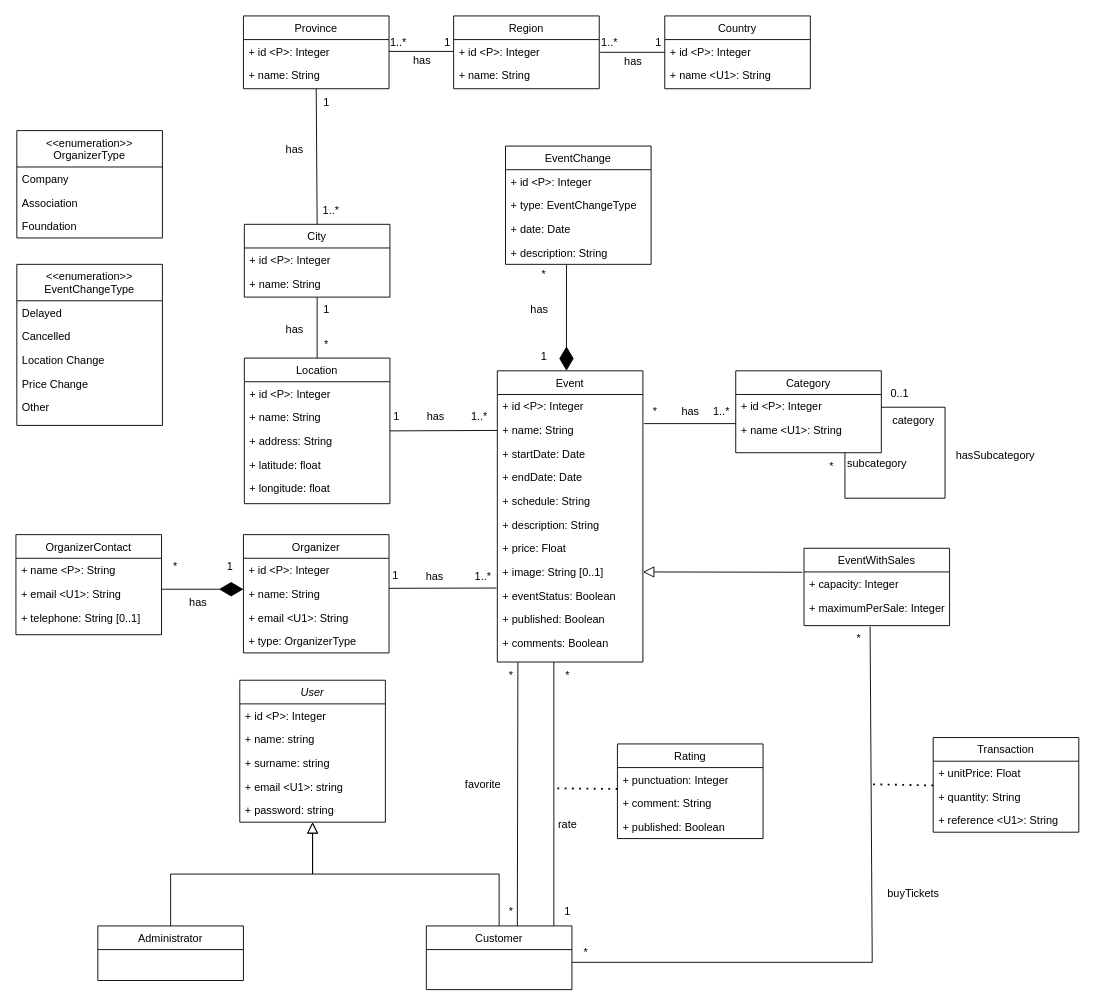
Above: diagrams/conceptual-diagram.drawio in danielpilot/event-database (draw.io), before the change. Source tidied: cells renumbered, new cells numbered last; positions are measured from the earlier drawing's top-left corner, leaving out a move shared by most shapes. Both pictures are drawn from the tidied source at 91%, with x=0, y=0 at pixel (15, 15).
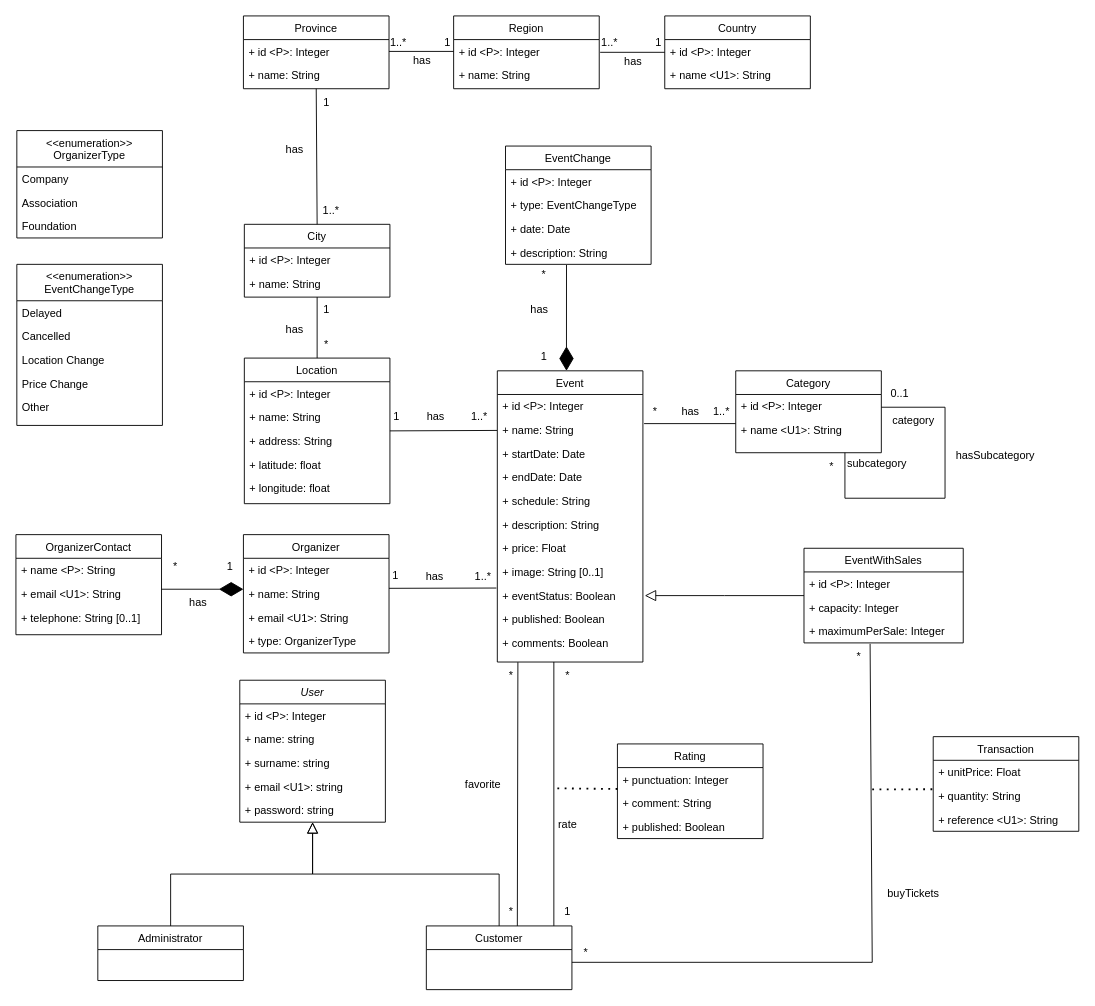
The same page after the edit.

Unchanged cells that the change refers to:
```xml
<mxCell id="20" value="+ image: String [0..1]" style="text;align=left;verticalAlign=top;spacingLeft=4;spacingRight=4;overflow=hidden;points=[[0,0.5],[1,0.5]];portConstraint=eastwest;rounded=0;shadow=0;html=0;" parent="12" vertex="1">
  <mxGeometry y="208" width="160" height="26" as="geometry" />
</mxCell>
<mxCell id="138" value="+ quantity: String" style="text;align=left;verticalAlign=top;spacingLeft=4;spacingRight=4;overflow=hidden;points=[[0,0.5],[1,0.5]];portConstraint=eastwest;rounded=0;shadow=0;html=0;" parent="136" vertex="1">
  <mxGeometry y="52" width="160" height="26" as="geometry" />
</mxCell>
```

The edit, as a diff of the source:
```diff
@@
     <mxCell id="127" value="EventWithSales&#10;" style="swimlane;fontStyle=0;align=center;verticalAlign=top;horizontal=1;startSize=26;rounded=0;shadow=0;strokeWidth=1;" parent="1" vertex="1">
-      <mxGeometry x="866" y="585" width="160" height="85" as="geometry" />
+      <mxGeometry x="866" y="585" width="175" height="104" as="geometry" />
     </mxCell>
+    <mxCell id="141" value="+ id &lt;P&gt;: Integer" style="text;align=left;verticalAlign=top;spacingLeft=4;spacingRight=4;overflow=hidden;rounded=0;shadow=0;html=0;" parent="127" vertex="1">
+      <mxGeometry y="26" width="175" height="26" as="geometry" />
+    </mxCell>
     <mxCell id="128" value="+ capacity: Integer" style="text;align=left;verticalAlign=top;spacingLeft=4;spacingRight=4;overflow=hidden;points=[[0,0.5],[1,0.5]];portConstraint=eastwest;rounded=0;shadow=0;html=0;" parent="127" vertex="1">
-      <mxGeometry y="26" width="160" height="26" as="geometry" />
+      <mxGeometry y="52" width="175" height="26" as="geometry" />
     </mxCell>
     <mxCell id="129" value="+ maximumPerSale: Integer" style="text;align=left;verticalAlign=top;spacingLeft=4;spacingRight=4;overflow=hidden;rounded=0;shadow=0;html=0;" parent="127" vertex="1">
-      <mxGeometry y="52" width="160" height="26" as="geometry" />
+      <mxGeometry y="78" width="175" height="26" as="geometry" />
     </mxCell>
-    <mxCell id="130" style="endArrow=block;endSize=10;endFill=0;shadow=0;strokeWidth=1;rounded=0;curved=0;edgeStyle=elbowEdgeStyle;elbow=vertical;exitX=-0.011;exitY=0.013;exitDx=0;exitDy=0;exitPerimeter=0;" parent="1" edge="1" source="128" target="20">
-      <mxGeometry relative="1" as="geometry" />
+    <mxCell id="130" style="endArrow=block;endSize=10;endFill=0;shadow=0;strokeWidth=1;rounded=0;curved=0;edgeStyle=elbowEdgeStyle;elbow=vertical;exitX=0;exitY=0.5;exitDx=0;exitDy=0;" parent="1" edge="1" source="127">
+      <mxGeometry relative="1" as="geometry">
+        <mxPoint x="691" y="637" as="targetPoint" />
+      </mxGeometry>
     </mxCell>
@@
     <mxCell id="134" value="*" style="text;html=1;align=center;verticalAlign=middle;points=[];strokeColor=none;fillColor=none;" parent="1" vertex="1">
-      <mxGeometry x="911" y="670" width="30" height="30" as="geometry" />
+      <mxGeometry x="911" y="689" width="30" height="30" as="geometry" />
     </mxCell>
-    <mxCell id="135" style="endArrow=none;dashed=1;html=1;dashPattern=1 3;strokeWidth=2;rounded=0;entryX=0;entryY=0.904;entryDx=0;entryDy=0;entryPerimeter=0;" parent="1" edge="1">
+    <mxCell id="135" style="endArrow=none;dashed=1;html=1;dashPattern=1 3;strokeWidth=2;rounded=0;entryX=-0.005;entryY=0.222;entryDx=0;entryDy=0;entryPerimeter=0;" parent="1" edge="1" target="138">
       <mxGeometry relative="1" as="geometry">
-        <mxPoint x="942" y="844.4" as="sourcePoint" />
-        <mxPoint x="1008" y="845.6" as="targetPoint" />
+        <mxPoint x="941" y="850" as="sourcePoint" />
       </mxGeometry>
     </mxCell>
     <mxCell id="136" value="Transaction" style="swimlane;fontStyle=0;align=center;verticalAlign=top;horizontal=1;startSize=26;rounded=0;shadow=0;strokeWidth=1;" parent="1" vertex="1">
-      <mxGeometry x="1008" y="793" width="160" height="104" as="geometry" />
+      <mxGeometry x="1008" y="792" width="160" height="104" as="geometry" />
     </mxCell>
```
